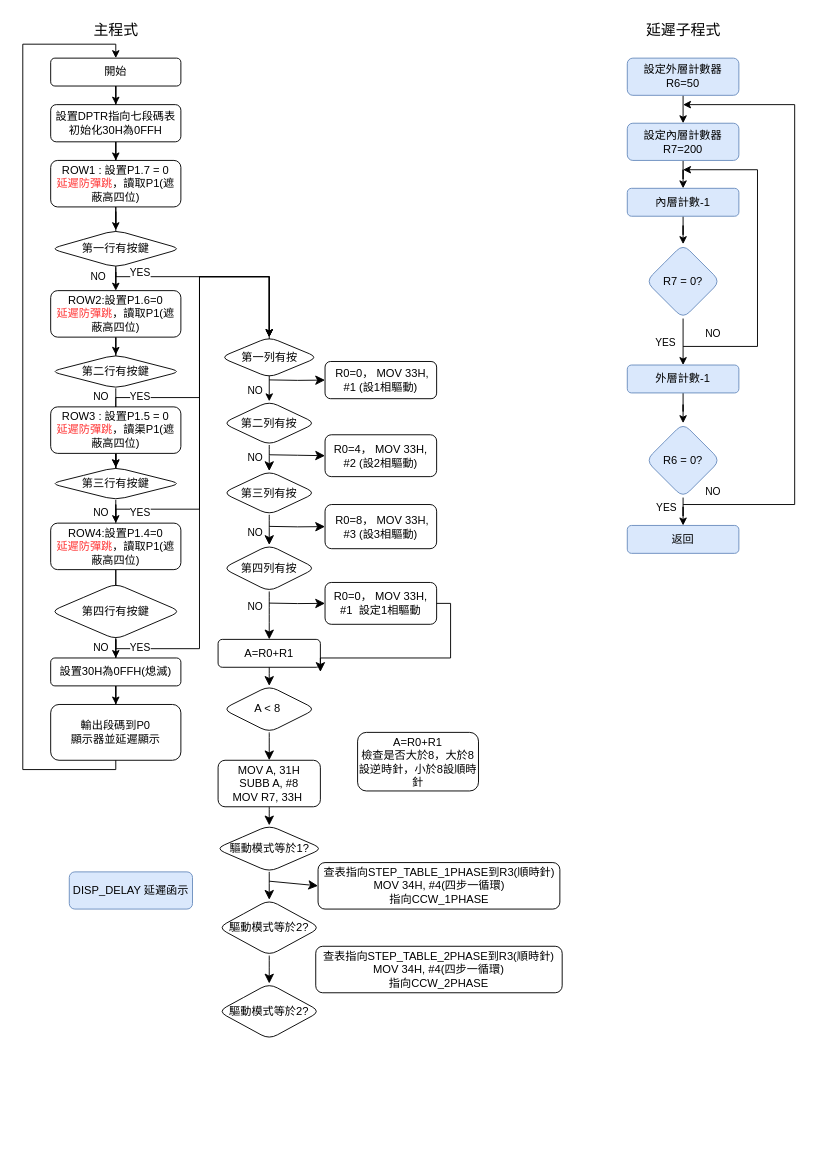
The draw.io diagram page "第 4 页" (4 of 4) of 未命名绘图.drawio in piting1104/se2, before the edit. Source tidied: cells renumbered, new cells numbered last; positions are measured from the earlier drawing's top-left corner, leaving out a move shared by most shapes. Both pictures are drawn from the tidied source at 93%, with x=0, y=0 at pixel (22, 16).
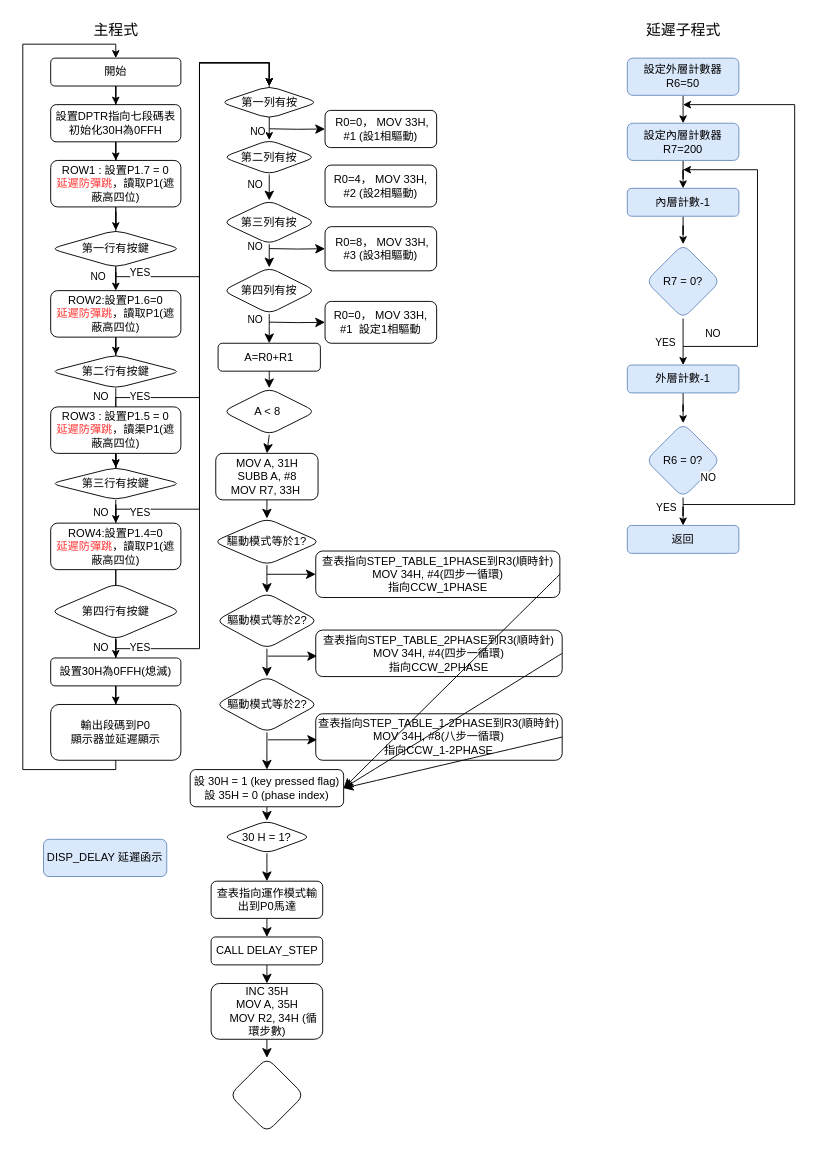
After the change.

Commit message (it also covers changes not shown here):
更新未命名绘图.drawio

The change refers to these unchanged cells:
```xml
<mxCell id="8" value="ROW1 : 設置P1.7 = 0&lt;br&gt;&lt;font style=&quot;color: rgb(255, 51, 51);&quot;&gt;延遲防彈跳&lt;/font&gt;，讀取P1(遮蔽高四位)" style="whiteSpace=wrap;html=1;rounded=1;" parent="1" vertex="1">
  <mxGeometry x="30" y="155" width="140" height="50" as="geometry" />
</mxCell>
<mxCell id="23" value="ROW4:設置P1.4=0&lt;div&gt;&lt;font style=&quot;color: rgb(255, 51, 51);&quot;&gt;延遲防彈跳&lt;/font&gt;，讀取P1&lt;span style=&quot;background-color: transparent; color: light-dark(rgb(0, 0, 0), rgb(255, 255, 255));&quot;&gt;(遮蔽高四位)&lt;/span&gt;&lt;/div&gt;" style="whiteSpace=wrap;html=1;rounded=1;" parent="1" vertex="1">
  <mxGeometry x="30" y="545" width="140" height="50" as="geometry" />
</mxCell>
```

What changed in the source:
```diff
@@
     <mxCell id="7" style="edgeStyle=orthogonalEdgeStyle;rounded=0;jettySize=auto;html=1;entryX=0.5;entryY=0;entryDx=0;entryDy=0;" parent="1" edge="1" source="8" target="62">
       <mxGeometry relative="1" as="geometry">
         <Array as="points">
           <mxPoint x="100" y="280" />
-          <mxPoint x="265" y="280" />
+          <mxPoint x="190" y="280" />
+          <mxPoint x="190" y="50" />
+          <mxPoint x="265" y="50" />
         </Array>
       </mxGeometry>
     </mxCell>
@@
     <mxCell id="15" style="edgeStyle=orthogonalEdgeStyle;rounded=0;jettySize=auto;html=1;entryX=0.5;entryY=0;entryDx=0;entryDy=0;" parent="1" edge="1" target="30">
       <mxGeometry relative="1" as="geometry">
         <mxPoint x="100" y="505" as="sourcePoint" />
         <Array as="points">
           <mxPoint x="100" y="410" />
           <mxPoint x="190" y="410" />
-          <mxPoint x="190" y="280" />
-          <mxPoint x="265" y="280" />
+          <mxPoint x="190" y="50" />
+          <mxPoint x="265" y="50" />
         </Array>
       </mxGeometry>
     </mxCell>
@@
     <mxCell id="20" style="edgeStyle=orthogonalEdgeStyle;rounded=0;jettySize=auto;html=1;entryX=0.5;entryY=0;entryDx=0;entryDy=0;" parent="1" edge="1" target="30">
       <mxGeometry relative="1" as="geometry">
         <mxPoint x="100" y="665" as="sourcePoint" />
         <Array as="points">
           <mxPoint x="100" y="530" />
           <mxPoint x="190" y="530" />
-          <mxPoint x="190" y="280" />
-          <mxPoint x="265" y="280" />
+          <mxPoint x="190" y="50" />
+          <mxPoint x="265" y="50" />
         </Array>
       </mxGeometry>
     </mxCell>
@@
     <mxCell id="22" style="edgeStyle=orthogonalEdgeStyle;rounded=0;jettySize=auto;html=1;entryX=0.5;entryY=0;entryDx=0;entryDy=0;" parent="1" edge="1" source="23" target="30">
       <mxGeometry relative="1" as="geometry">
         <Array as="points">
           <mxPoint x="100" y="680" />
           <mxPoint x="190" y="680" />
-          <mxPoint x="190" y="280" />
-          <mxPoint x="265" y="280" />
+          <mxPoint x="190" y="50" />
+          <mxPoint x="265" y="50" />
         </Array>
       </mxGeometry>
     </mxCell>
@@
     <mxCell id="29" style="edgeStyle=orthogonalEdgeStyle;rounded=0;jettySize=auto;html=1;fontSize=12;startSize=8;endSize=8;entryX=0;entryY=0.5;entryDx=0;entryDy=0;" parent="1" edge="1" target="72">
       <mxGeometry relative="1" as="geometry">
-        <mxPoint x="265" y="391" as="sourcePoint" />
+        <mxPoint x="265" y="121" as="sourcePoint" />
       </mxGeometry>
     </mxCell>
     <mxCell id="30" value="第一列有按" style="rhombus;whiteSpace=wrap;html=1;rounded=1;" parent="1" vertex="1">
-      <mxGeometry x="212.5" y="345" width="105" height="43.5" as="geometry" />
+      <mxGeometry x="212.5" y="75" width="105" height="35" as="geometry" />
     </mxCell>
@@
     <mxCell id="38" value="A=R0+R1" style="whiteSpace=wrap;html=1;rounded=1;" parent="1" vertex="1">
-      <mxGeometry x="210" y="670" width="110" height="30" as="geometry" />
+      <mxGeometry x="210" y="351.6" width="110" height="30" as="geometry" />
     </mxCell>
     <mxCell id="39" value="DISP_DELAY 延遲函示" style="whiteSpace=wrap;html=1;rounded=1;fillColor=#dae8fc;strokeColor=#6c8ebf;" parent="1" vertex="1">
-      <mxGeometry x="50" y="920" width="132.5" height="40" as="geometry" />
+      <mxGeometry x="22.3" y="885" width="132.5" height="40" as="geometry" />
     </mxCell>
@@
     <mxCell id="60" value="NO" style="edgeLabel;html=1;align=center;verticalAlign=middle;" parent="1" vertex="1">
       <mxGeometry x="710" y="525" as="geometry">
-        <mxPoint x="31" y="-15" as="offset" />
+        <mxPoint x="26" y="-30" as="offset" />
       </mxGeometry>
     </mxCell>
@@
     <mxCell id="62" value="第二列有按" style="rhombus;whiteSpace=wrap;html=1;rounded=1;" parent="1" vertex="1">
-      <mxGeometry x="215" y="414" width="100" height="47" as="geometry" />
+      <mxGeometry x="215" y="133" width="100" height="37" as="geometry" />
     </mxCell>
     <mxCell id="63" value="第三列有按" style="rhombus;whiteSpace=wrap;html=1;rounded=1;" parent="1" vertex="1">
-      <mxGeometry x="215" y="489" width="100" height="47" as="geometry" />
+      <mxGeometry x="215" y="198" width="100" height="47" as="geometry" />
     </mxCell>
     <mxCell id="64" value="第四列有按" style="rhombus;whiteSpace=wrap;html=1;rounded=1;" parent="1" vertex="1">
-      <mxGeometry x="215" y="568.5" width="100" height="50" as="geometry" />
+      <mxGeometry x="215" y="270" width="100" height="50" as="geometry" />
     </mxCell>
     <mxCell id="65" value="&lt;span style=&quot;color: rgb(0, 0, 0); font-family: Helvetica; font-size: 11px; font-style: normal; font-variant-ligatures: normal; font-variant-caps: normal; font-weight: 400; letter-spacing: normal; orphans: 2; text-align: center; text-indent: 0px; text-transform: none; widows: 2; word-spacing: 0px; -webkit-text-stroke-width: 0px; white-space: nowrap; background-color: rgb(255, 255, 255); text-decoration-thickness: initial; text-decoration-style: initial; text-decoration-color: initial; display: inline !important; float: none;&quot;&gt;NO&lt;/span&gt;" style="text;whiteSpace=wrap;html=1;" parent="1" vertex="1">
-      <mxGeometry x="240" y="388.5" width="15" height="22.5" as="geometry" />
+      <mxGeometry x="242.5" y="110" width="15" height="22.5" as="geometry" />
     </mxCell>
     <mxCell id="66" value="&lt;span style=&quot;color: rgb(0, 0, 0); font-family: Helvetica; font-size: 11px; font-style: normal; font-variant-ligatures: normal; font-variant-caps: normal; font-weight: 400; letter-spacing: normal; orphans: 2; text-align: center; text-indent: 0px; text-transform: none; widows: 2; word-spacing: 0px; -webkit-text-stroke-width: 0px; white-space: nowrap; background-color: rgb(255, 255, 255); text-decoration-thickness: initial; text-decoration-style: initial; text-decoration-color: initial; display: inline !important; float: none;&quot;&gt;NO&lt;/span&gt;" style="text;whiteSpace=wrap;html=1;" parent="1" vertex="1">
-      <mxGeometry x="240" y="461" width="5" height="23" as="geometry" />
+      <mxGeometry x="240" y="167" width="5" height="23" as="geometry" />
     </mxCell>
     <mxCell id="67" value="&lt;span style=&quot;color: rgb(0, 0, 0); font-family: Helvetica; font-size: 11px; font-style: normal; font-variant-ligatures: normal; font-variant-caps: normal; font-weight: 400; letter-spacing: normal; orphans: 2; text-align: center; text-indent: 0px; text-transform: none; widows: 2; word-spacing: 0px; -webkit-text-stroke-width: 0px; white-space: nowrap; background-color: rgb(255, 255, 255); text-decoration-thickness: initial; text-decoration-style: initial; text-decoration-color: initial; display: inline !important; float: none;&quot;&gt;NO&lt;/span&gt;" style="text;whiteSpace=wrap;html=1;" parent="1" vertex="1">
-      <mxGeometry x="240" y="541" width="20" height="40" as="geometry" />
+      <mxGeometry x="240" y="233.8" width="20" height="40" as="geometry" />
     </mxCell>
-    <mxCell id="68" value="A=R0+R1&lt;div&gt;檢查是否大於8，大於8設逆時針，小於8設順時針&lt;/div&gt;" style="whiteSpace=wrap;html=1;rounded=1;" parent="1" vertex="1">
-      <mxGeometry x="360" y="770" width="130" height="63" as="geometry" />
-    </mxCell>
@@
     <mxCell id="72" value="&amp;nbsp;R0=0， MOV 33H, #1 (設1相驅動)" style="rounded=1;whiteSpace=wrap;html=1;" parent="1" vertex="1">
-      <mxGeometry x="325" y="371.2" width="120" height="40" as="geometry" />
+      <mxGeometry x="325" y="101.2" width="120" height="40" as="geometry" />
     </mxCell>
     <mxCell id="73" value="R0=4， MOV 33H, #2&amp;nbsp;&lt;span style=&quot;background-color: transparent; color: light-dark(rgb(0, 0, 0), rgb(255, 255, 255));&quot;&gt;(設2相驅動)&lt;/span&gt;" style="whiteSpace=wrap;html=1;rounded=1;" parent="1" vertex="1">
-      <mxGeometry x="325" y="450" width="120" height="45" as="geometry" />
+      <mxGeometry x="325" y="160" width="120" height="45" as="geometry" />
     </mxCell>
     <mxCell id="74" value="&amp;nbsp;R0=8， MOV 33H, #3 (設3相驅動)" style="whiteSpace=wrap;html=1;rounded=1;" parent="1" vertex="1">
-      <mxGeometry x="325" y="525" width="120" height="47.5" as="geometry" />
+      <mxGeometry x="325" y="226.2" width="120" height="47.5" as="geometry" />
     </mxCell>
     <mxCell id="75" value="R0=0， MOV 33H, #1&amp;nbsp; 設定1相驅動" style="whiteSpace=wrap;html=1;rounded=1;" parent="1" vertex="1">
-      <mxGeometry x="325" y="608.8" width="120" height="45" as="geometry" />
+      <mxGeometry x="325" y="306.6" width="120" height="45" as="geometry" />
     </mxCell>
-    <mxCell id="76" style="edgeStyle=orthogonalEdgeStyle;rounded=0;jettySize=auto;html=1;fontSize=12;startSize=8;endSize=8;entryX=0;entryY=0.5;entryDx=0;entryDy=0;" parent="1" edge="1" target="73">
-      <mxGeometry relative="1" as="geometry">
-        <mxPoint x="265" y="471.5" as="sourcePoint" />
-      </mxGeometry>
-    </mxCell>
     <mxCell id="77" style="edgeStyle=orthogonalEdgeStyle;rounded=0;jettySize=auto;html=1;fontSize=12;startSize=8;endSize=8;entryX=0;entryY=0.5;entryDx=0;entryDy=0;" parent="1" edge="1" target="74">
       <mxGeometry relative="1" as="geometry">
-        <mxPoint x="265" y="548.5" as="sourcePoint" />
+        <mxPoint x="265" y="249.8" as="sourcePoint" />
       </mxGeometry>
     </mxCell>
     <mxCell id="78" style="edgeStyle=orthogonalEdgeStyle;rounded=0;jettySize=auto;html=1;fontSize=12;startSize=8;endSize=8;entryX=0;entryY=0.5;entryDx=0;entryDy=0;" parent="1" edge="1" target="75">
       <mxGeometry relative="1" as="geometry">
-        <mxPoint x="265" y="631" as="sourcePoint" />
+        <mxPoint x="265" y="328.9" as="sourcePoint" />
       </mxGeometry>
     </mxCell>
     <mxCell id="79" value="&lt;span style=&quot;color: rgb(0, 0, 0); font-family: Helvetica; font-size: 11px; font-style: normal; font-variant-ligatures: normal; font-variant-caps: normal; font-weight: 400; letter-spacing: normal; orphans: 2; text-align: center; text-indent: 0px; text-transform: none; widows: 2; word-spacing: 0px; -webkit-text-stroke-width: 0px; white-space: nowrap; background-color: rgb(255, 255, 255); text-decoration-thickness: initial; text-decoration-style: initial; text-decoration-color: initial; display: inline !important; float: none;&quot;&gt;NO&lt;/span&gt;" style="text;whiteSpace=wrap;html=1;" parent="1" vertex="1">
-      <mxGeometry x="240" y="621" width="20" height="40" as="geometry" />
+      <mxGeometry x="240" y="311.6" width="20" height="40" as="geometry" />
     </mxCell>
-    <mxCell id="80" style="endArrow=classic;html=1;rounded=0;fontSize=12;startSize=8;endSize=8;exitX=1;exitY=0.5;exitDx=0;exitDy=0;edgeStyle=orthogonalEdgeStyle;spacing=2;jumpSize=6;spacingBottom=0;" parent="1" edge="1" source="75">
-      <mxGeometry relative="1" as="geometry">
-        <mxPoint x="320" y="705" as="targetPoint" />
-        <Array as="points">
-          <mxPoint x="460" y="631" />
-          <mxPoint x="460" y="690" />
-          <mxPoint x="320" y="690" />
-        </Array>
-      </mxGeometry>
-    </mxCell>
     <mxCell id="81" value="A &amp;lt; 8&amp;nbsp;" style="rhombus;whiteSpace=wrap;html=1;rounded=1;" parent="1" vertex="1">
-      <mxGeometry x="215" y="720" width="100" height="50" as="geometry" />
+      <mxGeometry x="215" y="400" width="100" height="50" as="geometry" />
     </mxCell>
-    <mxCell id="82" style="endArrow=classic;html=1;rounded=0;fontSize=12;startSize=8;endSize=8;curved=1;exitX=0.5;exitY=1;exitDx=0;exitDy=0;entryX=0.5;entryY=0;entryDx=0;entryDy=0;" parent="1" edge="1" source="38" target="81">
-      <mxGeometry relative="1" as="geometry" />
+    <mxCell id="82" style="endArrow=classic;html=1;rounded=0;fontSize=12;startSize=8;endSize=8;curved=1;exitX=0.5;exitY=1;exitDx=0;exitDy=0;" parent="1" edge="1" source="38">
+      <mxGeometry relative="1" as="geometry">
+        <mxPoint x="265" y="400" as="targetPoint" />
+      </mxGeometry>
     </mxCell>
     <mxCell id="83" value="&lt;div&gt;MOV A, 31H&lt;/div&gt;&lt;div&gt;SUBB A, #8&lt;/div&gt;&lt;div&gt;MOV R7, 33H&amp;nbsp;&lt;/div&gt;" style="whiteSpace=wrap;html=1;rounded=1;" parent="1" vertex="1">
-      <mxGeometry x="210" y="800" width="110" height="50" as="geometry" />
+      <mxGeometry x="207.5" y="470" width="110" height="50" as="geometry" />
     </mxCell>
@@
     <mxCell id="85" style="rounded=0;jettySize=auto;html=1;fontSize=12;startSize=8;endSize=8;entryX=0;entryY=0.5;entryDx=0;entryDy=0;" parent="1" edge="1" target="89">
       <mxGeometry relative="1" as="geometry">
-        <mxPoint x="265" y="930" as="sourcePoint" />
+        <mxPoint x="262.5" y="600" as="sourcePoint" />
       </mxGeometry>
     </mxCell>
@@
     <mxCell id="87" value="驅動模式等於1?" style="rhombus;whiteSpace=wrap;html=1;rounded=1;" parent="1" vertex="1">
-      <mxGeometry x="207.5" y="870" width="115" height="50" as="geometry" />
+      <mxGeometry x="205" y="540" width="115" height="50" as="geometry" />
     </mxCell>
@@
     <mxCell id="89" value="查表指向STEP_TABLE_1PHASE到R3(順時針)&lt;div&gt;MOV 34H, #4(四步一循環)&lt;/div&gt;&lt;div&gt;指向CCW_1PHASE&lt;/div&gt;" style="whiteSpace=wrap;html=1;rounded=1;" parent="1" vertex="1">
-      <mxGeometry x="317.5" y="910" width="260" height="50" as="geometry" />
+      <mxGeometry x="315" y="575" width="262.5" height="50" as="geometry" />
     </mxCell>
@@
     <mxCell id="91" value="驅動模式等於2?" style="rhombus;whiteSpace=wrap;html=1;rounded=1;" parent="1" vertex="1">
-      <mxGeometry x="210" y="950" width="110" height="60" as="geometry" />
+      <mxGeometry x="207.5" y="620" width="110" height="60" as="geometry" />
     </mxCell>
     <mxCell id="92" value="驅動模式等於2?" style="rhombus;whiteSpace=wrap;html=1;rounded=1;" parent="1" vertex="1">
-      <mxGeometry x="210" y="1040" width="110" height="60" as="geometry" />
+      <mxGeometry x="207.5" y="710" width="110" height="60" as="geometry" />
     </mxCell>
     <mxCell id="93" value="查表指向STEP_TABLE_2PHASE到R3(順時針)&lt;div&gt;MOV 34H, #4(四步一循環)&lt;/div&gt;&lt;div&gt;指向CCW_2PHASE&lt;/div&gt;" style="whiteSpace=wrap;html=1;rounded=1;" parent="1" vertex="1">
-      <mxGeometry x="315" y="1000" width="265" height="50" as="geometry" />
+      <mxGeometry x="315" y="660" width="265" height="50" as="geometry" />
     </mxCell>
+    <mxCell id="94" style="rounded=0;orthogonalLoop=1;jettySize=auto;html=1;fontSize=12;startSize=8;endSize=8;entryX=0;entryY=0.5;entryDx=0;entryDy=0;" parent="1" edge="1">
+      <mxGeometry relative="1" as="geometry">
+        <mxPoint x="263.5" y="688" as="sourcePoint" />
+        <mxPoint x="316.5" y="688" as="targetPoint" />
+      </mxGeometry>
+    </mxCell>
+    <mxCell id="95" style="endArrow=classic;html=1;rounded=0;fontSize=12;startSize=8;endSize=8;curved=1;exitX=0.5;exitY=1;exitDx=0;exitDy=0;entryX=0.5;entryY=0;entryDx=0;entryDy=0;" parent="1" edge="1" source="92" target="99">
+      <mxGeometry relative="1" as="geometry" />
+    </mxCell>
+    <mxCell id="96" value="查表指向STEP_TABLE_1-2PHASE到R3(順時針)&lt;div&gt;MOV 34H, #8(八步一循環)&lt;/div&gt;&lt;div&gt;指向CCW_1-2PHASE&lt;/div&gt;" style="whiteSpace=wrap;html=1;rounded=1;" parent="1" vertex="1">
+      <mxGeometry x="315" y="750" width="265" height="50" as="geometry" />
+    </mxCell>
+    <mxCell id="97" style="rounded=0;orthogonalLoop=1;jettySize=auto;html=1;fontSize=12;startSize=8;endSize=8;entryX=0;entryY=0.5;entryDx=0;entryDy=0;" parent="1" edge="1">
+      <mxGeometry relative="1" as="geometry">
+        <mxPoint x="263.5" y="778" as="sourcePoint" />
+        <mxPoint x="316.5" y="778" as="targetPoint" />
+      </mxGeometry>
+    </mxCell>
+    <mxCell id="98" style="edgeStyle=none;curved=1;rounded=0;jettySize=auto;html=1;fontSize=12;startSize=8;endSize=8;" parent="1" edge="1" source="99" target="104">
+      <mxGeometry relative="1" as="geometry" />
+    </mxCell>
+    <mxCell id="99" value="設 30H = 1 (key pressed flag)&lt;div&gt;設 35H = 0 (phase index)&lt;/div&gt;" style="rounded=1;whiteSpace=wrap;html=1;" parent="1" vertex="1">
+      <mxGeometry x="180" y="810" width="165" height="40" as="geometry" />
+    </mxCell>
+    <mxCell id="100" style="endArrow=classic;html=1;rounded=0;fontSize=12;startSize=8;endSize=8;curved=1;exitX=1;exitY=0.5;exitDx=0;exitDy=0;entryX=1;entryY=0.5;entryDx=0;entryDy=0;" parent="1" edge="1" source="89" target="99">
+      <mxGeometry relative="1" as="geometry" />
+    </mxCell>
+    <mxCell id="101" style="endArrow=classic;html=1;rounded=0;fontSize=12;startSize=8;endSize=8;curved=1;exitX=1;exitY=0.5;exitDx=0;exitDy=0;entryX=1;entryY=0.5;entryDx=0;entryDy=0;" parent="1" edge="1" source="93" target="99">
+      <mxGeometry relative="1" as="geometry" />
+    </mxCell>
+    <mxCell id="102" style="endArrow=classic;html=1;rounded=0;fontSize=12;startSize=8;endSize=8;curved=1;exitX=1;exitY=0.5;exitDx=0;exitDy=0;entryX=1;entryY=0.5;entryDx=0;entryDy=0;" parent="1" edge="1" source="96" target="99">
+      <mxGeometry relative="1" as="geometry" />
+    </mxCell>
+    <mxCell id="103" style="edgeStyle=none;curved=1;rounded=0;jettySize=auto;html=1;fontSize=12;startSize=8;endSize=8;" parent="1" edge="1" source="104" target="106">
+      <mxGeometry relative="1" as="geometry" />
+    </mxCell>
+    <mxCell id="104" value="30 H = 1?" style="rhombus;whiteSpace=wrap;html=1;rounded=1;" parent="1" vertex="1">
+      <mxGeometry x="215" y="865" width="95" height="35" as="geometry" />
+    </mxCell>
+    <mxCell id="105" style="edgeStyle=none;curved=1;rounded=0;jettySize=auto;html=1;fontSize=12;startSize=8;endSize=8;" parent="1" edge="1" source="106" target="108">
+      <mxGeometry relative="1" as="geometry" />
+    </mxCell>
+    <mxCell id="106" value="查表指向運作模式輸出到P0馬達" style="whiteSpace=wrap;html=1;rounded=1;" parent="1" vertex="1">
+      <mxGeometry x="202.5" y="930" width="120" height="40" as="geometry" />
+    </mxCell>
+    <mxCell id="107" style="edgeStyle=none;curved=1;rounded=0;jettySize=auto;html=1;fontSize=12;startSize=8;endSize=8;" parent="1" edge="1" source="108" target="110">
+      <mxGeometry relative="1" as="geometry" />
+    </mxCell>
+    <mxCell id="108" value="CALL DELAY_STEP" style="whiteSpace=wrap;html=1;rounded=1;" parent="1" vertex="1">
+      <mxGeometry x="202.5" y="990" width="120" height="30" as="geometry" />
+    </mxCell>
+    <mxCell id="109" style="edgeStyle=none;curved=1;rounded=0;jettySize=auto;html=1;fontSize=12;startSize=8;endSize=8;" parent="1" edge="1" source="110" target="111">
+      <mxGeometry relative="1" as="geometry" />
+    </mxCell>
+    <mxCell id="110" value="&lt;div&gt;INC 35H&lt;/div&gt;&lt;div&gt;&lt;span style=&quot;background-color: transparent; color: light-dark(rgb(0, 0, 0), rgb(255, 255, 255));&quot;&gt;MOV A, 35H&lt;/span&gt;&lt;/div&gt;&lt;div&gt;&amp;nbsp; &amp;nbsp; MOV R2, 34H (循環步數)&lt;/div&gt;" style="whiteSpace=wrap;html=1;rounded=1;" parent="1" vertex="1">
+      <mxGeometry x="202.5" y="1040" width="120" height="60" as="geometry" />
+    </mxCell>
+    <mxCell id="111" style="rhombus;whiteSpace=wrap;html=1;rounded=1;" parent="1" vertex="1">
+      <mxGeometry x="222.5" y="1120" width="80" height="80" as="geometry" />
+    </mxCell>
```
